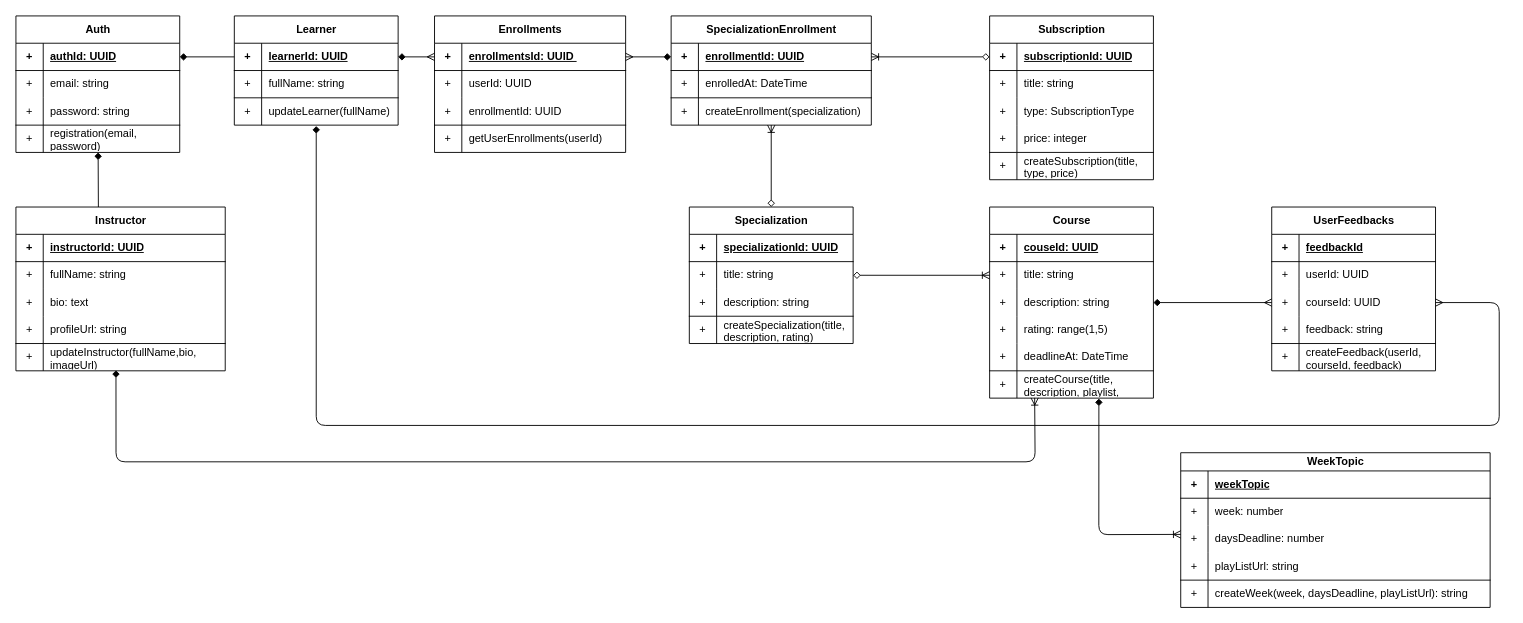
Above: lab-1/diagram/02-specialization-domain-class.drawio in serafindanyil/pattern-labs-2026 (draw.io), before the change. Source tidied: cells renumbered, new cells numbered last; positions are measured from the earlier drawing's top-left corner, leaving out a move shared by most shapes. Both pictures are drawn from the tidied source at 91%, with x=0, y=0 at pixel (15, 15).
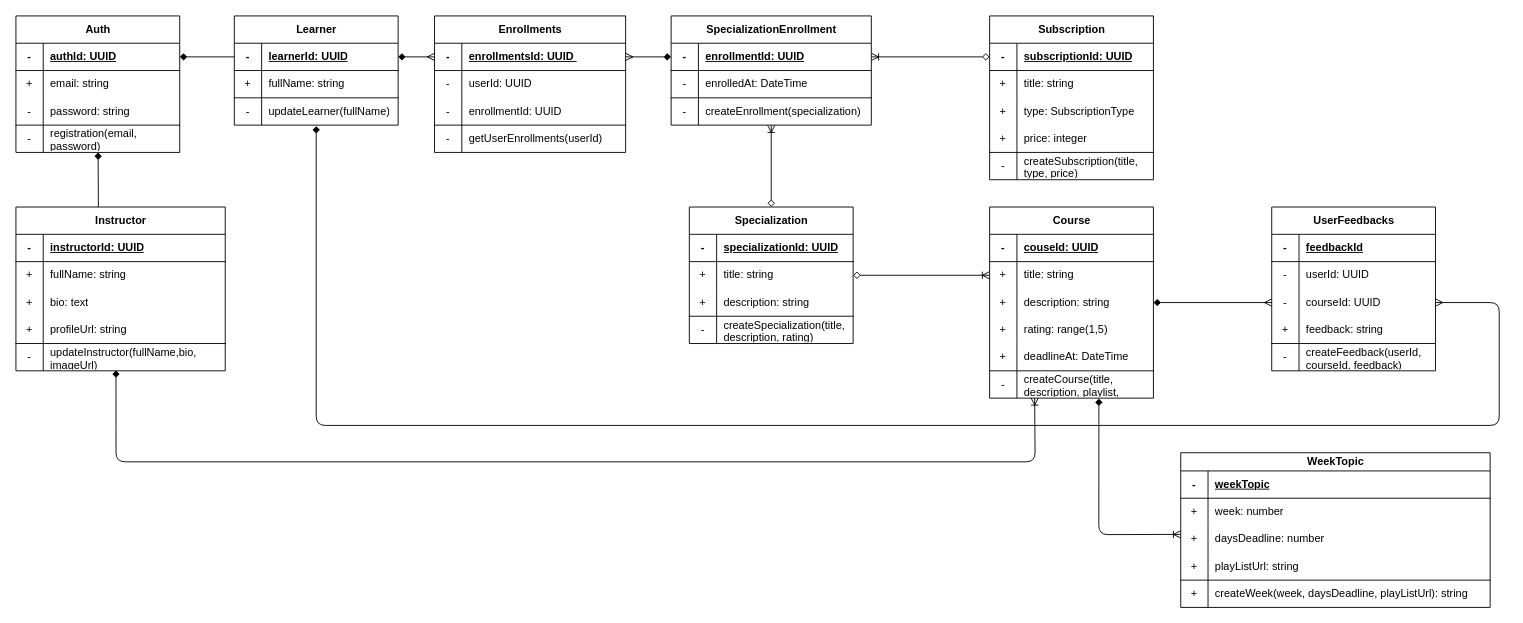
Above is the later version.

Commit message:
fix: update mxGraphModel dimensions and change cell values from '+' to '-'

The change refers to these unchanged cells:
```xml
<mxCell id="3" style="shape=tableRow;horizontal=0;startSize=0;swimlaneHead=0;swimlaneBody=0;fillColor=none;points=[[0,0.5],[1,0.5]];portConstraint=eastwest;top=0;left=0;right=0;bottom=1;" parent="2" vertex="1">
  <mxGeometry y="30" width="180" height="30" as="geometry" />
</mxCell>
<mxCell id="9" style="shape=tableRow;horizontal=0;startSize=0;swimlaneHead=0;swimlaneBody=0;fillColor=none;top=1;left=0;right=0;bottom=0;" parent="2" vertex="1">
  <mxGeometry y="90" width="180" height="30" as="geometry" />
</mxCell>
<mxCell id="13" style="shape=tableRow;horizontal=0;startSize=0;swimlaneHead=0;swimlaneBody=0;fillColor=none;points=[[0,0.5],[1,0.5]];portConstraint=eastwest;top=0;left=0;right=0;bottom=1;" parent="12" vertex="1">
  <mxGeometry y="30" width="180" height="30" as="geometry" />
</mxCell>
<mxCell id="19" style="shape=tableRow;horizontal=0;startSize=0;swimlaneHead=0;swimlaneBody=0;fillColor=none;top=0;left=0;right=0;bottom=0;" parent="12" vertex="1">
  <mxGeometry y="90" width="180" height="30" as="geometry" />
</mxCell>
<mxCell id="22" style="shape=tableRow;horizontal=0;startSize=0;swimlaneHead=0;swimlaneBody=0;fillColor=none;top=1;left=0;right=0;bottom=0;" parent="12" vertex="1">
  <mxGeometry y="120" width="180" height="30" as="geometry" />
</mxCell>
<mxCell id="27" style="shape=tableRow;horizontal=0;startSize=0;swimlaneHead=0;swimlaneBody=0;fillColor=none;points=[[0,0.5],[1,0.5]];portConstraint=eastwest;top=0;left=0;right=0;bottom=1;" parent="26" vertex="1">
  <mxGeometry y="30" width="220" height="30" as="geometry" />
</mxCell>
<mxCell id="30" style="shape=tableRow;horizontal=0;startSize=0;swimlaneHead=0;swimlaneBody=0;fillColor=none;top=0;left=0;right=0;bottom=0;" parent="26" vertex="1">
  <mxGeometry y="60" width="220" height="30" as="geometry" />
</mxCell>
<mxCell id="33" style="shape=tableRow;horizontal=0;startSize=0;swimlaneHead=0;swimlaneBody=0;fillColor=none;top=1;left=0;right=0;bottom=0;" parent="26" vertex="1">
  <mxGeometry y="90" width="220" height="30" as="geometry" />
</mxCell>
<mxCell id="37" style="shape=tableRow;horizontal=0;startSize=0;swimlaneHead=0;swimlaneBody=0;fillColor=none;top=0;left=0;right=0;bottom=1;" parent="36" vertex="1">
  <mxGeometry y="30" width="180" height="30" as="geometry" />
</mxCell>
<mxCell id="49" style="shape=tableRow;horizontal=0;startSize=0;swimlaneHead=0;swimlaneBody=0;fillColor=none;top=1;left=0;right=0;bottom=0;" parent="36" vertex="1">
  <mxGeometry y="150" width="180" height="30" as="geometry" />
</mxCell>
<mxCell id="54" style="shape=tableRow;horizontal=0;startSize=0;swimlaneHead=0;swimlaneBody=0;fillColor=none;top=0;left=0;right=0;bottom=1;" parent="53" vertex="1">
  <mxGeometry y="30" width="180" height="30" as="geometry" />
</mxCell>
<mxCell id="63" style="shape=tableRow;horizontal=0;startSize=0;swimlaneHead=0;swimlaneBody=0;fillColor=none;top=1;left=0;right=0;bottom=0;" parent="53" vertex="1">
  <mxGeometry y="120" width="180" height="30" as="geometry" />
</mxCell>
<mxCell id="68" style="shape=tableRow;horizontal=0;startSize=0;swimlaneHead=0;swimlaneBody=0;fillColor=none;points=[[0,0.5],[1,0.5]];portConstraint=eastwest;top=0;left=0;right=0;bottom=1;" parent="67" vertex="1">
  <mxGeometry y="30" width="210" height="30" as="geometry" />
</mxCell>
<mxCell id="71" style="shape=tableRow;horizontal=0;startSize=0;swimlaneHead=0;swimlaneBody=0;fillColor=none;top=0;left=0;right=0;bottom=0;" parent="67" vertex="1">
  <mxGeometry y="60" width="210" height="30" as="geometry" />
</mxCell>
<mxCell id="74" style="shape=tableRow;horizontal=0;startSize=0;swimlaneHead=0;swimlaneBody=0;fillColor=none;top=0;left=0;right=0;bottom=0;" parent="67" vertex="1">
  <mxGeometry y="90" width="210" height="30" as="geometry" />
</mxCell>
<mxCell id="77" style="shape=tableRow;horizontal=0;startSize=0;swimlaneHead=0;swimlaneBody=0;fillColor=none;top=1;left=0;right=0;bottom=0;" parent="67" vertex="1">
  <mxGeometry y="120" width="210" height="30" as="geometry" />
</mxCell>
<mxCell id="86" style="shape=tableRow;horizontal=0;startSize=0;swimlaneHead=0;swimlaneBody=0;fillColor=none;top=0;left=0;right=0;bottom=1;" parent="85" vertex="1">
  <mxGeometry y="30" width="180" height="30" as="geometry" />
</mxCell>
<mxCell id="101" style="shape=tableRow;horizontal=0;startSize=0;swimlaneHead=0;swimlaneBody=0;fillColor=none;points=[[0,0.5],[1,0.5]];portConstraint=eastwest;top=1;left=0;right=0;bottom=0;" parent="85" vertex="1">
  <mxGeometry y="180" width="180" height="30" as="geometry" />
</mxCell>
<mxCell id="105" style="shape=tableRow;horizontal=0;startSize=0;swimlaneHead=0;swimlaneBody=0;fillColor=none;top=0;left=0;right=0;bottom=1;" parent="104" vertex="1">
  <mxGeometry y="30" width="180" height="30" as="geometry" />
</mxCell>
<mxCell id="108" style="shape=tableRow;horizontal=0;startSize=0;swimlaneHead=0;swimlaneBody=0;fillColor=none;top=0;left=0;right=0;bottom=0;" parent="104" vertex="1">
  <mxGeometry y="60" width="180" height="30" as="geometry" />
</mxCell>
<mxCell id="111" style="shape=tableRow;horizontal=0;startSize=0;swimlaneHead=0;swimlaneBody=0;fillColor=none;points=[[0,0.5],[1,0.5]];portConstraint=eastwest;top=0;left=0;right=0;bottom=0;" parent="104" vertex="1">
  <mxGeometry y="90" width="180" height="30" as="geometry" />
</mxCell>
<mxCell id="117" style="shape=tableRow;horizontal=0;startSize=0;swimlaneHead=0;swimlaneBody=0;fillColor=none;top=1;left=0;right=0;bottom=0;" parent="104" vertex="1">
  <mxGeometry y="150" width="180" height="30" as="geometry" />
</mxCell>
<mxCell id="122" style="shape=tableRow;horizontal=0;startSize=0;swimlaneHead=0;swimlaneBody=0;fillColor=none;top=0;left=0;right=0;bottom=1;" parent="121" vertex="1">
  <mxGeometry y="30" width="230" height="30" as="geometry" />
</mxCell>
<mxCell id="134" style="shape=tableRow;horizontal=0;startSize=0;swimlaneHead=0;swimlaneBody=0;fillColor=none;points=[[0,0.5],[1,0.5]];portConstraint=eastwest;top=1;left=0;right=0;bottom=0;" parent="121" vertex="1">
  <mxGeometry y="150" width="230" height="30" as="geometry" />
</mxCell>
<mxCell id="139" style="shape=tableRow;horizontal=0;startSize=0;swimlaneHead=0;swimlaneBody=0;fillColor=none;top=0;left=0;right=0;bottom=1;" parent="138" vertex="1">
  <mxGeometry y="20" width="340" height="30" as="geometry" />
</mxCell>
```

What changed in the source:
```diff
@@
-    <mxCell id="4" value="+" style="shape=partialRectangle;fillColor=none;top=0;left=0;bottom=0;right=0;fontStyle=1;overflow=hidden;whiteSpace=wrap;html=1;" parent="3" vertex="1">
+    <mxCell id="4" value="-" style="shape=partialRectangle;fillColor=none;top=0;left=0;bottom=0;right=0;fontStyle=1;overflow=hidden;whiteSpace=wrap;html=1;" parent="3" vertex="1">
       <mxGeometry width="30" height="30" as="geometry" />
     </mxCell>
@@
-    <mxCell id="10" value="+" style="shape=partialRectangle;fillColor=none;top=0;left=0;bottom=0;right=0;overflow=hidden;whiteSpace=wrap;html=1;" parent="9" vertex="1">
+    <mxCell id="10" value="-" style="shape=partialRectangle;fillColor=none;top=0;left=0;bottom=0;right=0;overflow=hidden;whiteSpace=wrap;html=1;" parent="9" vertex="1">
       <mxGeometry width="30" height="30" as="geometry" />
     </mxCell>
@@
-    <mxCell id="14" value="+" style="shape=partialRectangle;fillColor=none;top=0;left=0;bottom=0;right=0;fontStyle=1;overflow=hidden;whiteSpace=wrap;html=1;" parent="13" vertex="1">
+    <mxCell id="14" value="-" style="shape=partialRectangle;fillColor=none;top=0;left=0;bottom=0;right=0;fontStyle=1;overflow=hidden;whiteSpace=wrap;html=1;" parent="13" vertex="1">
       <mxGeometry width="30" height="30" as="geometry" />
     </mxCell>
@@
-    <mxCell id="20" value="+" style="shape=partialRectangle;fillColor=none;top=0;left=0;bottom=0;right=0;overflow=hidden;whiteSpace=wrap;html=1;" parent="19" vertex="1">
+    <mxCell id="20" value="-" style="shape=partialRectangle;fillColor=none;top=0;left=0;bottom=0;right=0;overflow=hidden;whiteSpace=wrap;html=1;" parent="19" vertex="1">
       <mxGeometry width="30" height="30" as="geometry" />
     </mxCell>
@@
-    <mxCell id="23" value="+" style="shape=partialRectangle;fillColor=none;top=0;left=0;bottom=0;right=0;overflow=hidden;whiteSpace=wrap;html=1;" parent="22" vertex="1">
+    <mxCell id="23" value="-" style="shape=partialRectangle;fillColor=none;top=0;left=0;bottom=0;right=0;overflow=hidden;whiteSpace=wrap;html=1;" parent="22" vertex="1">
       <mxGeometry width="30" height="30" as="geometry" />
     </mxCell>
@@
-    <mxCell id="28" value="+" style="shape=partialRectangle;fillColor=none;top=0;left=0;bottom=0;right=0;fontStyle=1;overflow=hidden;whiteSpace=wrap;html=1;" parent="27" vertex="1">
+    <mxCell id="28" value="-" style="shape=partialRectangle;fillColor=none;top=0;left=0;bottom=0;right=0;fontStyle=1;overflow=hidden;whiteSpace=wrap;html=1;" parent="27" vertex="1">
       <mxGeometry width="30" height="30" as="geometry" />
     </mxCell>
@@
-    <mxCell id="31" value="+" style="shape=partialRectangle;fillColor=none;top=0;left=0;bottom=0;right=0;overflow=hidden;whiteSpace=wrap;html=1;" parent="30" vertex="1">
+    <mxCell id="31" value="-" style="shape=partialRectangle;fillColor=none;top=0;left=0;bottom=0;right=0;overflow=hidden;whiteSpace=wrap;html=1;" parent="30" vertex="1">
       <mxGeometry width="30" height="30" as="geometry" />
     </mxCell>
@@
-    <mxCell id="34" value="+" style="shape=partialRectangle;fillColor=none;top=0;left=0;bottom=0;right=0;overflow=hidden;whiteSpace=wrap;html=1;" parent="33" vertex="1">
+    <mxCell id="34" value="-" style="shape=partialRectangle;fillColor=none;top=0;left=0;bottom=0;right=0;overflow=hidden;whiteSpace=wrap;html=1;" parent="33" vertex="1">
       <mxGeometry width="30" height="30" as="geometry" />
     </mxCell>
@@
-    <mxCell id="38" value="+" style="shape=partialRectangle;fillColor=none;top=0;left=0;bottom=0;right=0;fontStyle=1;overflow=hidden;whiteSpace=wrap;html=1;" parent="37" vertex="1">
+    <mxCell id="38" value="-" style="shape=partialRectangle;fillColor=none;top=0;left=0;bottom=0;right=0;fontStyle=1;overflow=hidden;whiteSpace=wrap;html=1;" parent="37" vertex="1">
       <mxGeometry width="30" height="30" as="geometry" />
     </mxCell>
@@
-    <mxCell id="50" value="+" style="shape=partialRectangle;fillColor=none;top=0;left=0;bottom=0;right=0;overflow=hidden;whiteSpace=wrap;html=1;" parent="49" vertex="1">
+    <mxCell id="50" value="-" style="shape=partialRectangle;fillColor=none;top=0;left=0;bottom=0;right=0;overflow=hidden;whiteSpace=wrap;html=1;" parent="49" vertex="1">
       <mxGeometry width="30" height="30" as="geometry" />
     </mxCell>
@@
-    <mxCell id="55" value="+" style="shape=partialRectangle;fillColor=none;top=0;left=0;bottom=0;right=0;fontStyle=1;overflow=hidden;whiteSpace=wrap;html=1;" parent="54" vertex="1">
+    <mxCell id="55" value="-" style="shape=partialRectangle;fillColor=none;top=0;left=0;bottom=0;right=0;fontStyle=1;overflow=hidden;whiteSpace=wrap;html=1;" parent="54" vertex="1">
       <mxGeometry width="30" height="30" as="geometry" />
     </mxCell>
@@
-    <mxCell id="64" value="+" style="shape=partialRectangle;fillColor=none;top=0;left=0;bottom=0;right=0;overflow=hidden;whiteSpace=wrap;html=1;" parent="63" vertex="1">
+    <mxCell id="64" value="-" style="shape=partialRectangle;fillColor=none;top=0;left=0;bottom=0;right=0;overflow=hidden;whiteSpace=wrap;html=1;" parent="63" vertex="1">
       <mxGeometry width="30" height="30" as="geometry" />
     </mxCell>
@@
-    <mxCell id="69" value="+" style="shape=partialRectangle;fillColor=none;top=0;left=0;bottom=0;right=0;fontStyle=1;overflow=hidden;whiteSpace=wrap;html=1;" parent="68" vertex="1">
+    <mxCell id="69" value="-" style="shape=partialRectangle;fillColor=none;top=0;left=0;bottom=0;right=0;fontStyle=1;overflow=hidden;whiteSpace=wrap;html=1;" parent="68" vertex="1">
       <mxGeometry width="30" height="30" as="geometry" />
     </mxCell>
@@
-    <mxCell id="72" value="+" style="shape=partialRectangle;fillColor=none;top=0;left=0;bottom=0;right=0;overflow=hidden;whiteSpace=wrap;html=1;" parent="71" vertex="1">
+    <mxCell id="72" value="-" style="shape=partialRectangle;fillColor=none;top=0;left=0;bottom=0;right=0;overflow=hidden;whiteSpace=wrap;html=1;" parent="71" vertex="1">
       <mxGeometry width="30" height="30" as="geometry" />
     </mxCell>
@@
-    <mxCell id="75" value="+" style="shape=partialRectangle;fillColor=none;top=0;left=0;bottom=0;right=0;overflow=hidden;whiteSpace=wrap;html=1;" parent="74" vertex="1">
+    <mxCell id="75" value="-" style="shape=partialRectangle;fillColor=none;top=0;left=0;bottom=0;right=0;overflow=hidden;whiteSpace=wrap;html=1;" parent="74" vertex="1">
       <mxGeometry width="30" height="30" as="geometry" />
     </mxCell>
@@
-    <mxCell id="78" value="+" style="shape=partialRectangle;fillColor=none;top=0;left=0;bottom=0;right=0;overflow=hidden;whiteSpace=wrap;html=1;" parent="77" vertex="1">
+    <mxCell id="78" value="-" style="shape=partialRectangle;fillColor=none;top=0;left=0;bottom=0;right=0;overflow=hidden;whiteSpace=wrap;html=1;" parent="77" vertex="1">
       <mxGeometry width="30" height="30" as="geometry" />
     </mxCell>
@@
-    <mxCell id="87" value="+" style="shape=partialRectangle;fillColor=none;top=0;left=0;bottom=0;right=0;fontStyle=1;overflow=hidden;whiteSpace=wrap;html=1;" parent="86" vertex="1">
+    <mxCell id="87" value="-" style="shape=partialRectangle;fillColor=none;top=0;left=0;bottom=0;right=0;fontStyle=1;overflow=hidden;whiteSpace=wrap;html=1;" parent="86" vertex="1">
       <mxGeometry width="30" height="30" as="geometry" />
     </mxCell>
@@
-    <mxCell id="102" value="+" style="shape=partialRectangle;fillColor=none;top=0;left=0;bottom=0;right=0;overflow=hidden;whiteSpace=wrap;html=1;" parent="101" vertex="1">
+    <mxCell id="102" value="-" style="shape=partialRectangle;fillColor=none;top=0;left=0;bottom=0;right=0;overflow=hidden;whiteSpace=wrap;html=1;" parent="101" vertex="1">
       <mxGeometry width="30" height="30" as="geometry" />
     </mxCell>
@@
-    <mxCell id="106" value="+" style="shape=partialRectangle;fillColor=none;top=0;left=0;bottom=0;right=0;fontStyle=1;overflow=hidden;whiteSpace=wrap;html=1;" parent="105" vertex="1">
+    <mxCell id="106" value="-" style="shape=partialRectangle;fillColor=none;top=0;left=0;bottom=0;right=0;fontStyle=1;overflow=hidden;whiteSpace=wrap;html=1;" parent="105" vertex="1">
       <mxGeometry width="30" height="30" as="geometry" />
     </mxCell>
@@
-    <mxCell id="109" value="+" style="shape=partialRectangle;fillColor=none;top=0;left=0;bottom=0;right=0;overflow=hidden;whiteSpace=wrap;html=1;" parent="108" vertex="1">
+    <mxCell id="109" value="-" style="shape=partialRectangle;fillColor=none;top=0;left=0;bottom=0;right=0;overflow=hidden;whiteSpace=wrap;html=1;" parent="108" vertex="1">
       <mxGeometry width="30" height="30" as="geometry" />
     </mxCell>
@@
-    <mxCell id="112" value="+" style="shape=partialRectangle;fillColor=none;top=0;left=0;bottom=0;right=0;overflow=hidden;whiteSpace=wrap;html=1;" parent="111" vertex="1">
+    <mxCell id="112" value="-" style="shape=partialRectangle;fillColor=none;top=0;left=0;bottom=0;right=0;overflow=hidden;whiteSpace=wrap;html=1;" parent="111" vertex="1">
       <mxGeometry width="30" height="30" as="geometry" />
     </mxCell>
@@
-    <mxCell id="118" value="+" style="shape=partialRectangle;fillColor=none;top=0;left=0;bottom=0;right=0;overflow=hidden;whiteSpace=wrap;html=1;" parent="117" vertex="1">
+    <mxCell id="118" value="-" style="shape=partialRectangle;fillColor=none;top=0;left=0;bottom=0;right=0;overflow=hidden;whiteSpace=wrap;html=1;" parent="117" vertex="1">
       <mxGeometry width="30" height="30" as="geometry" />
     </mxCell>
@@
-    <mxCell id="123" value="+" style="shape=partialRectangle;fillColor=none;top=0;left=0;bottom=0;right=0;fontStyle=1;overflow=hidden;whiteSpace=wrap;html=1;" parent="122" vertex="1">
+    <mxCell id="123" value="-" style="shape=partialRectangle;fillColor=none;top=0;left=0;bottom=0;right=0;fontStyle=1;overflow=hidden;whiteSpace=wrap;html=1;" parent="122" vertex="1">
       <mxGeometry width="30" height="30" as="geometry" />
     </mxCell>
@@
-    <mxCell id="135" value="+" style="shape=partialRectangle;fillColor=none;top=0;left=0;bottom=0;right=0;overflow=hidden;whiteSpace=wrap;html=1;" parent="134" vertex="1">
+    <mxCell id="135" value="-" style="shape=partialRectangle;fillColor=none;top=0;left=0;bottom=0;right=0;overflow=hidden;whiteSpace=wrap;html=1;" parent="134" vertex="1">
       <mxGeometry width="30" height="30" as="geometry" />
     </mxCell>
@@
-    <mxCell id="140" value="+" style="shape=partialRectangle;fillColor=none;top=0;left=0;bottom=0;right=0;fontStyle=1;overflow=hidden;whiteSpace=wrap;html=1;" parent="139" vertex="1">
+    <mxCell id="140" value="-" style="shape=partialRectangle;fillColor=none;top=0;left=0;bottom=0;right=0;fontStyle=1;overflow=hidden;whiteSpace=wrap;html=1;" parent="139" vertex="1">
       <mxGeometry width="30" height="30" as="geometry" />
     </mxCell>
```
